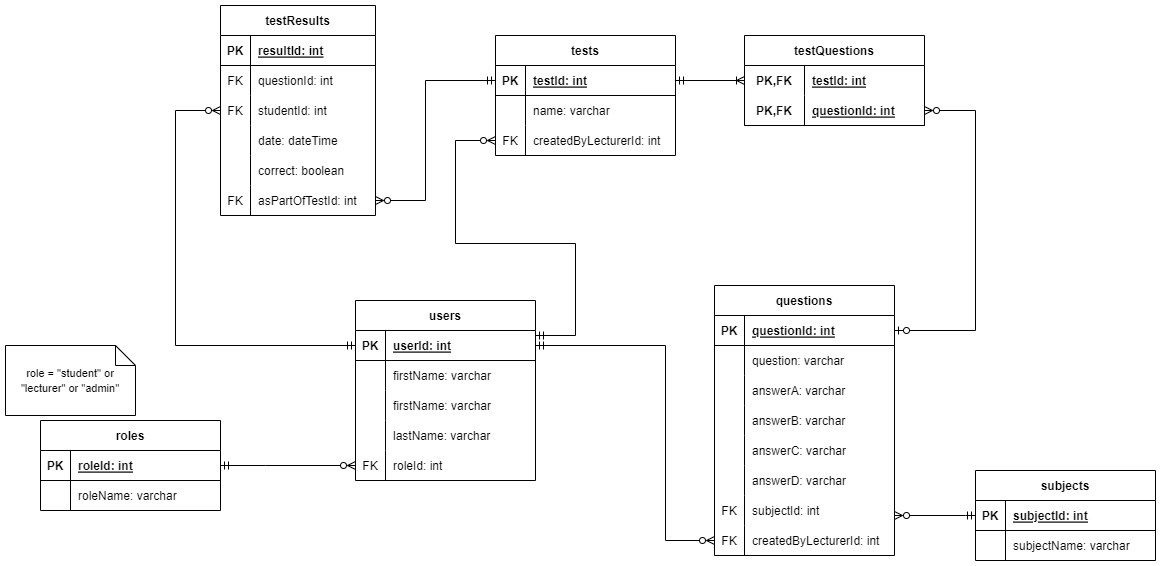
This is Designs/csd db diagram.drawio.png from westoncollab/csd, a draw.io export, as it was before one commit. Source tidied: cells renumbered, new cells last; positions are measured from the earlier drawing's top-left corner, leaving out a move shared by most shapes.
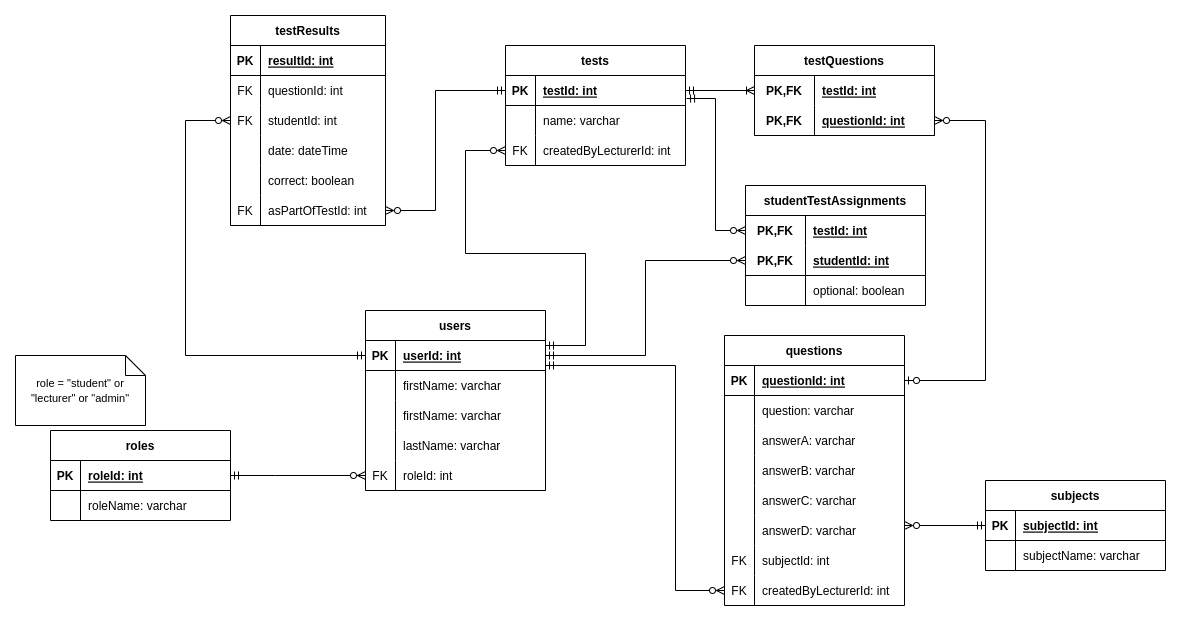
Later version of the same file.

Commit message:
add test assignment to database diagram

Diff of the diagram source:
```diff
@@ -137,7 +137,7 @@
       </mxGeometry>
     </mxCell>
     <mxCell id="45" value="questions" style="shape=table;startSize=30;rowLines=0;fontStyle=1;align=center;" parent="1" vertex="1">
-      <mxGeometry x="709" y="280" width="180" height="270" as="geometry" />
+      <mxGeometry x="709" y="320" width="180" height="270" as="geometry" />
     </mxCell>
     <mxCell id="46" style="shape=tableRow;horizontal=0;startSize=0;swimlaneHead=0;swimlaneBody=0;fillColor=none;points=[[0,0.5],[1,0.5]];portConstraint=eastwest;top=0;left=0;right=0;bottom=1;" parent="45" vertex="1">
       <mxGeometry y="30" width="180" height="30" as="geometry" />
@@ -219,11 +219,13 @@
         </Array>
       </mxGeometry>
     </mxCell>
-    <mxCell id="71" style="edgeStyle=orthogonalEdgeStyle;rounded=0;jettySize=auto;html=1;endArrow=ERzeroToMany;endFill=0;startArrow=ERmandOne;startFill=0;entryX=0;entryY=0.5;entryDx=0;entryDy=0;exitX=1;exitY=0.5;exitDx=0;exitDy=0;" parent="1" edge="1" source="3" target="67">
+    <mxCell id="71" style="edgeStyle=orthogonalEdgeStyle;rounded=0;jettySize=auto;html=1;endArrow=ERzeroToMany;endFill=0;startArrow=ERmandOne;startFill=0;entryX=0;entryY=0.5;entryDx=0;entryDy=0;" parent="1" edge="1" target="67">
       <mxGeometry relative="1" as="geometry">
+        <mxPoint x="530" y="350" as="sourcePoint" />
         <Array as="points">
-          <mxPoint x="660" y="340" />
-          <mxPoint x="660" y="535" />
+          <mxPoint x="530" y="350" />
+          <mxPoint x="660" y="350" />
+          <mxPoint x="660" y="575" />
         </Array>
       </mxGeometry>
     </mxCell>
@@ -328,7 +330,7 @@
       <mxGeometry relative="1" as="geometry">
         <Array as="points">
           <mxPoint x="970" y="105" />
-          <mxPoint x="970" y="325" />
+          <mxPoint x="970" y="365" />
         </Array>
       </mxGeometry>
     </mxCell>
@@ -340,5 +342,41 @@
         </Array>
       </mxGeometry>
     </mxCell>
+    <mxCell id="102" value="studentTestAssignments" style="shape=table;startSize=30;rowLines=0;fontStyle=1;align=center;" parent="1" vertex="1">
+      <mxGeometry x="730" y="170" width="180" height="120" as="geometry" />
+    </mxCell>
+    <mxCell id="103" style="shape=tableRow;horizontal=0;startSize=0;swimlaneHead=0;swimlaneBody=0;fillColor=none;points=[[0,0.5],[1,0.5]];portConstraint=eastwest;top=0;left=0;right=0;bottom=0;" parent="102" vertex="1">
+      <mxGeometry y="30" width="180" height="30" as="geometry" />
+    </mxCell>
+    <mxCell id="104" value="PK,FK" style="shape=partialRectangle;fillColor=none;top=0;left=0;bottom=0;right=0;fontStyle=1;overflow=hidden;" parent="103" vertex="1">
+      <mxGeometry width="60" height="30" as="geometry" />
+    </mxCell>
+    <mxCell id="105" value="testId: int" style="shape=partialRectangle;fillColor=none;top=0;left=0;bottom=0;right=0;align=left;spacingLeft=6;fontStyle=5;overflow=hidden;" parent="103" vertex="1">
+      <mxGeometry x="60" width="120" height="30" as="geometry" />
+    </mxCell>
+    <mxCell id="106" style="shape=tableRow;horizontal=0;startSize=0;swimlaneHead=0;swimlaneBody=0;fillColor=none;points=[[0,0.5],[1,0.5]];portConstraint=eastwest;top=0;left=0;right=0;bottom=1;" parent="102" vertex="1">
+      <mxGeometry y="60" width="180" height="30" as="geometry" />
+    </mxCell>
+    <mxCell id="107" value="PK,FK" style="shape=partialRectangle;fillColor=none;top=0;left=0;bottom=0;right=0;fontStyle=1;overflow=hidden;" parent="106" vertex="1">
+      <mxGeometry width="60" height="30" as="geometry" />
+    </mxCell>
+    <mxCell id="108" value="studentId: int" style="shape=partialRectangle;fillColor=none;top=0;left=0;bottom=0;right=0;align=left;spacingLeft=6;fontStyle=5;overflow=hidden;" parent="106" vertex="1">
+      <mxGeometry x="60" width="120" height="30" as="geometry" />
+    </mxCell>
+    <mxCell id="109" style="shape=tableRow;horizontal=0;startSize=0;swimlaneHead=0;swimlaneBody=0;fillColor=none;top=0;left=0;right=0;bottom=0;" parent="102" vertex="1">
+      <mxGeometry y="90" width="180" height="30" as="geometry" />
+    </mxCell>
+    <mxCell id="110" style="shape=partialRectangle;fillColor=none;top=0;left=0;bottom=0;right=0;overflow=hidden;" parent="109" vertex="1">
+      <mxGeometry width="60" height="30" as="geometry" />
+    </mxCell>
+    <mxCell id="111" value="optional: boolean" style="shape=partialRectangle;fillColor=none;top=0;left=0;bottom=0;right=0;align=left;spacingLeft=6;overflow=hidden;" parent="109" vertex="1">
+      <mxGeometry x="60" width="120" height="30" as="geometry" />
+    </mxCell>
+    <mxCell id="112" style="edgeStyle=orthogonalEdgeStyle;rounded=0;jettySize=auto;html=1;exitX=0;exitY=0.5;exitDx=0;exitDy=0;entryX=1.006;entryY=0.767;entryDx=0;entryDy=0;entryPerimeter=0;endArrow=ERmandOne;endFill=0;startArrow=ERzeroToMany;startFill=0;" parent="1" edge="1" source="103" target="82">
+      <mxGeometry relative="1" as="geometry" />
+    </mxCell>
+    <mxCell id="113" style="edgeStyle=orthogonalEdgeStyle;rounded=0;jettySize=auto;html=1;exitX=0;exitY=0.5;exitDx=0;exitDy=0;entryX=1;entryY=0.5;entryDx=0;entryDy=0;endArrow=ERmandOne;endFill=0;startArrow=ERzeroToMany;startFill=0;" parent="1" edge="1" source="106" target="3">
+      <mxGeometry relative="1" as="geometry" />
+    </mxCell>
   </root>
 </mxGraphModel>
```
